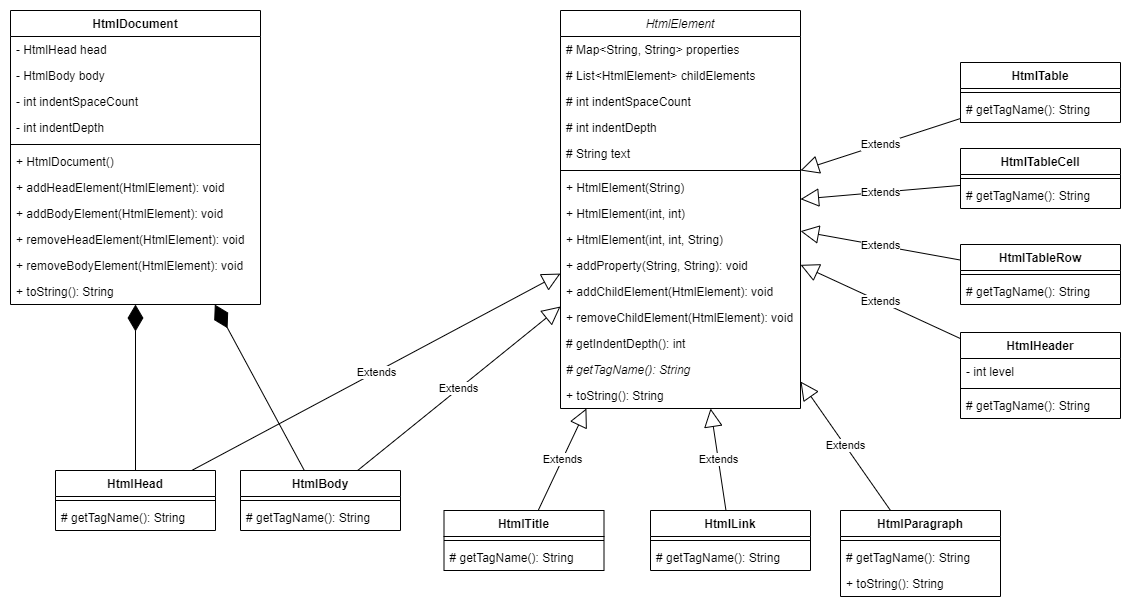
Earlier version of the draw.io export UML/Html-generator-drawio.png (Vajaylm/HtmlGenerator). Source tidied: cells renumbered, new cells last; positions are measured from the earlier drawing's top-left corner, leaving out a move shared by most shapes. The source it was exported from:
```xml
<mxGraphModel>
  <root>
    <mxCell id="0" />
    <mxCell id="1" parent="0" />
    <mxCell id="2" value="HtmlElement" style="swimlane;fontStyle=2;align=center;verticalAlign=top;horizontal=1;startSize=26;rounded=0;shadow=0;strokeWidth=1;" parent="1" vertex="1">
      <mxGeometry x="550" width="240" height="398" as="geometry" />
    </mxCell>
    <mxCell id="3" value="# Map&lt;String, String&gt; properties&#10;" style="text;align=left;verticalAlign=top;spacingLeft=4;spacingRight=4;overflow=hidden;" parent="2" vertex="1">
      <mxGeometry y="26" width="240" height="26" as="geometry" />
    </mxCell>
    <mxCell id="4" value="# List&lt;HtmlElement&gt; childElements" style="text;align=left;verticalAlign=top;spacingLeft=4;spacingRight=4;overflow=hidden;rounded=0;shadow=0;html=0;" parent="2" vertex="1">
      <mxGeometry y="52" width="240" height="26" as="geometry" />
    </mxCell>
    <mxCell id="5" value="# int indentSpaceCount" style="text;align=left;verticalAlign=top;spacingLeft=4;spacingRight=4;overflow=hidden;rounded=0;shadow=0;html=0;" parent="2" vertex="1">
      <mxGeometry y="78" width="240" height="26" as="geometry" />
    </mxCell>
    <mxCell id="6" value="# int indentDepth" style="text;align=left;verticalAlign=top;spacingLeft=4;spacingRight=4;overflow=hidden;rounded=0;shadow=0;html=0;" parent="2" vertex="1">
      <mxGeometry y="104" width="240" height="26" as="geometry" />
    </mxCell>
    <mxCell id="7" value="# String text" style="text;align=left;verticalAlign=top;spacingLeft=4;spacingRight=4;overflow=hidden;rounded=0;shadow=0;html=0;" parent="2" vertex="1">
      <mxGeometry y="130" width="240" height="26" as="geometry" />
    </mxCell>
    <mxCell id="8" style="line;html=1;strokeWidth=1;align=left;verticalAlign=middle;spacingTop=-1;spacingLeft=3;spacingRight=3;labelPosition=right;" parent="2" vertex="1">
      <mxGeometry y="156" width="240" height="8" as="geometry" />
    </mxCell>
    <mxCell id="9" value="+ HtmlElement(String)" style="text;align=left;verticalAlign=top;spacingLeft=4;spacingRight=4;overflow=hidden;" parent="2" vertex="1">
      <mxGeometry y="164" width="240" height="26" as="geometry" />
    </mxCell>
    <mxCell id="10" value="+ HtmlElement(int, int)" style="text;align=left;verticalAlign=top;spacingLeft=4;spacingRight=4;overflow=hidden;" parent="2" vertex="1">
      <mxGeometry y="190" width="240" height="26" as="geometry" />
    </mxCell>
    <mxCell id="11" value="+ HtmlElement(int, int, String)" style="text;align=left;verticalAlign=top;spacingLeft=4;spacingRight=4;overflow=hidden;" parent="2" vertex="1">
      <mxGeometry y="216" width="240" height="26" as="geometry" />
    </mxCell>
    <mxCell id="12" value="+ addProperty(String, String): void" style="text;align=left;verticalAlign=top;spacingLeft=4;spacingRight=4;overflow=hidden;" parent="2" vertex="1">
      <mxGeometry y="242" width="240" height="26" as="geometry" />
    </mxCell>
    <mxCell id="13" value="+ addChildElement(HtmlElement): void" style="text;align=left;verticalAlign=top;spacingLeft=4;spacingRight=4;overflow=hidden;" parent="2" vertex="1">
      <mxGeometry y="268" width="240" height="26" as="geometry" />
    </mxCell>
    <mxCell id="14" value="+ removeChildElement(HtmlElement): void" style="text;align=left;verticalAlign=top;spacingLeft=4;spacingRight=4;overflow=hidden;" parent="2" vertex="1">
      <mxGeometry y="294" width="240" height="26" as="geometry" />
    </mxCell>
    <mxCell id="15" value="# getIndentDepth(): int" style="text;align=left;verticalAlign=top;spacingLeft=4;spacingRight=4;overflow=hidden;" parent="2" vertex="1">
      <mxGeometry y="320" width="240" height="26" as="geometry" />
    </mxCell>
    <mxCell id="16" value="# getTagName(): String" style="text;align=left;verticalAlign=top;spacingLeft=4;spacingRight=4;overflow=hidden;fontStyle=2;" parent="2" vertex="1">
      <mxGeometry y="346" width="240" height="26" as="geometry" />
    </mxCell>
    <mxCell id="17" value="+ toString(): String" style="text;align=left;verticalAlign=top;spacingLeft=4;spacingRight=4;overflow=hidden;" parent="2" vertex="1">
      <mxGeometry y="372" width="240" height="26" as="geometry" />
    </mxCell>
    <mxCell id="18" value="HtmlDocument" style="swimlane;fontStyle=1;align=center;verticalAlign=top;horizontal=1;startSize=26;rounded=0;shadow=0;strokeWidth=1;" parent="1" vertex="1">
      <mxGeometry width="250" height="294" as="geometry" />
    </mxCell>
    <mxCell id="19" value="- HtmlHead head&#10;" style="text;align=left;verticalAlign=top;spacingLeft=4;spacingRight=4;overflow=hidden;" parent="18" vertex="1">
      <mxGeometry y="26" width="250" height="26" as="geometry" />
    </mxCell>
    <mxCell id="20" value="- HtmlBody body" style="text;align=left;verticalAlign=top;spacingLeft=4;spacingRight=4;overflow=hidden;rounded=0;shadow=0;html=0;" parent="18" vertex="1">
      <mxGeometry y="52" width="250" height="26" as="geometry" />
    </mxCell>
    <mxCell id="21" value="- int indentSpaceCount" style="text;align=left;verticalAlign=top;spacingLeft=4;spacingRight=4;overflow=hidden;rounded=0;shadow=0;html=0;" parent="18" vertex="1">
      <mxGeometry y="78" width="250" height="26" as="geometry" />
    </mxCell>
    <mxCell id="22" value="- int indentDepth" style="text;align=left;verticalAlign=top;spacingLeft=4;spacingRight=4;overflow=hidden;rounded=0;shadow=0;html=0;" parent="18" vertex="1">
      <mxGeometry y="104" width="250" height="26" as="geometry" />
    </mxCell>
    <mxCell id="23" style="line;html=1;strokeWidth=1;align=left;verticalAlign=middle;spacingTop=-1;spacingLeft=3;spacingRight=3;labelPosition=right;" parent="18" vertex="1">
      <mxGeometry y="130" width="250" height="8" as="geometry" />
    </mxCell>
    <mxCell id="24" value="+ HtmlDocument()" style="text;align=left;verticalAlign=top;spacingLeft=4;spacingRight=4;overflow=hidden;" parent="18" vertex="1">
      <mxGeometry y="138" width="250" height="26" as="geometry" />
    </mxCell>
    <mxCell id="25" value="+ addHeadElement(HtmlElement): void" style="text;align=left;verticalAlign=top;spacingLeft=4;spacingRight=4;overflow=hidden;" parent="18" vertex="1">
      <mxGeometry y="164" width="250" height="26" as="geometry" />
    </mxCell>
    <mxCell id="26" value="+ addBodyElement(HtmlElement): void" style="text;align=left;verticalAlign=top;spacingLeft=4;spacingRight=4;overflow=hidden;" parent="18" vertex="1">
      <mxGeometry y="190" width="250" height="26" as="geometry" />
    </mxCell>
    <mxCell id="27" value="+ removeHeadElement(HtmlElement): void" style="text;align=left;verticalAlign=top;spacingLeft=4;spacingRight=4;overflow=hidden;" parent="18" vertex="1">
      <mxGeometry y="216" width="250" height="26" as="geometry" />
    </mxCell>
    <mxCell id="28" value="+ removeBodyElement(HtmlElement): void" style="text;align=left;verticalAlign=top;spacingLeft=4;spacingRight=4;overflow=hidden;" parent="18" vertex="1">
      <mxGeometry y="242" width="250" height="26" as="geometry" />
    </mxCell>
    <mxCell id="29" value="+ toString(): String" style="text;align=left;verticalAlign=top;spacingLeft=4;spacingRight=4;overflow=hidden;" parent="18" vertex="1">
      <mxGeometry y="268" width="250" height="26" as="geometry" />
    </mxCell>
    <mxCell id="30" value="HtmlBody" style="swimlane;fontStyle=1;align=center;verticalAlign=top;horizontal=1;startSize=26;" parent="1" vertex="1">
      <mxGeometry x="230" y="460" width="160" height="60" as="geometry" />
    </mxCell>
    <mxCell id="31" style="line;strokeWidth=1;fillColor=none;align=left;verticalAlign=middle;spacingTop=-1;spacingLeft=3;spacingRight=3;labelPosition=right;strokeColor=inherit;" parent="30" vertex="1">
      <mxGeometry y="26" width="160" height="8" as="geometry" />
    </mxCell>
    <mxCell id="32" value="# getTagName(): String" style="text;strokeColor=none;fillColor=none;align=left;verticalAlign=top;spacingLeft=4;spacingRight=4;overflow=hidden;" parent="30" vertex="1">
      <mxGeometry y="34" width="160" height="26" as="geometry" />
    </mxCell>
    <mxCell id="33" value="Extends" style="endArrow=block;endSize=16;endFill=0;html=1;rounded=0;" parent="1" edge="1" source="30" target="2">
      <mxGeometry relative="1" as="geometry" />
    </mxCell>
    <mxCell id="34" value="HtmlHead" style="swimlane;fontStyle=1;align=center;verticalAlign=top;horizontal=1;startSize=26;" parent="1" vertex="1">
      <mxGeometry x="45" y="460" width="160" height="60" as="geometry" />
    </mxCell>
    <mxCell id="35" style="line;strokeWidth=1;fillColor=none;align=left;verticalAlign=middle;spacingTop=-1;spacingLeft=3;spacingRight=3;labelPosition=right;strokeColor=inherit;" parent="34" vertex="1">
      <mxGeometry y="26" width="160" height="8" as="geometry" />
    </mxCell>
    <mxCell id="36" value="# getTagName(): String" style="text;strokeColor=none;fillColor=none;align=left;verticalAlign=top;spacingLeft=4;spacingRight=4;overflow=hidden;" parent="34" vertex="1">
      <mxGeometry y="34" width="160" height="26" as="geometry" />
    </mxCell>
    <mxCell id="37" value="Extends" style="endArrow=block;endSize=16;endFill=0;html=1;rounded=0;" parent="1" edge="1" source="34" target="2">
      <mxGeometry relative="1" as="geometry" />
    </mxCell>
    <mxCell id="38" style="endArrow=diamondThin;endFill=1;endSize=24;html=1;rounded=0;" parent="1" edge="1" source="34" target="18">
      <mxGeometry relative="1" as="geometry" />
    </mxCell>
    <mxCell id="39" style="endArrow=diamondThin;endFill=1;endSize=24;html=1;rounded=0;" parent="1" edge="1" source="30" target="18">
      <mxGeometry relative="1" as="geometry" />
    </mxCell>
    <mxCell id="40" value="HtmlHeader" style="swimlane;fontStyle=1;align=center;verticalAlign=top;horizontal=1;startSize=26;" parent="1" vertex="1">
      <mxGeometry x="950" y="322" width="160" height="86" as="geometry" />
    </mxCell>
    <mxCell id="41" value="- int level" style="text;strokeColor=none;fillColor=none;align=left;verticalAlign=top;spacingLeft=4;spacingRight=4;overflow=hidden;" parent="40" vertex="1">
      <mxGeometry y="26" width="160" height="26" as="geometry" />
    </mxCell>
    <mxCell id="42" style="line;strokeWidth=1;fillColor=none;align=left;verticalAlign=middle;spacingTop=-1;spacingLeft=3;spacingRight=3;labelPosition=right;strokeColor=inherit;" parent="40" vertex="1">
      <mxGeometry y="52" width="160" height="8" as="geometry" />
    </mxCell>
    <mxCell id="43" value="# getTagName(): String" style="text;strokeColor=none;fillColor=none;align=left;verticalAlign=top;spacingLeft=4;spacingRight=4;overflow=hidden;" parent="40" vertex="1">
      <mxGeometry y="60" width="160" height="26" as="geometry" />
    </mxCell>
    <mxCell id="44" value="HtmlTable" style="swimlane;fontStyle=1;align=center;verticalAlign=top;horizontal=1;startSize=26;" parent="1" vertex="1">
      <mxGeometry x="950" y="52" width="160" height="60" as="geometry" />
    </mxCell>
    <mxCell id="45" style="line;strokeWidth=1;fillColor=none;align=left;verticalAlign=middle;spacingTop=-1;spacingLeft=3;spacingRight=3;labelPosition=right;strokeColor=inherit;" parent="44" vertex="1">
      <mxGeometry y="26" width="160" height="8" as="geometry" />
    </mxCell>
    <mxCell id="46" value="# getTagName(): String" style="text;strokeColor=none;fillColor=none;align=left;verticalAlign=top;spacingLeft=4;spacingRight=4;overflow=hidden;" parent="44" vertex="1">
      <mxGeometry y="34" width="160" height="26" as="geometry" />
    </mxCell>
    <mxCell id="47" value="HtmlTableRow" style="swimlane;fontStyle=1;align=center;verticalAlign=top;horizontal=1;startSize=26;" parent="1" vertex="1">
      <mxGeometry x="950" y="234" width="160" height="60" as="geometry" />
    </mxCell>
    <mxCell id="48" style="line;strokeWidth=1;fillColor=none;align=left;verticalAlign=middle;spacingTop=-1;spacingLeft=3;spacingRight=3;labelPosition=right;strokeColor=inherit;" parent="47" vertex="1">
      <mxGeometry y="26" width="160" height="8" as="geometry" />
    </mxCell>
    <mxCell id="49" value="# getTagName(): String" style="text;strokeColor=none;fillColor=none;align=left;verticalAlign=top;spacingLeft=4;spacingRight=4;overflow=hidden;" parent="47" vertex="1">
      <mxGeometry y="34" width="160" height="26" as="geometry" />
    </mxCell>
    <mxCell id="50" value="HtmlTableCell" style="swimlane;fontStyle=1;align=center;verticalAlign=top;horizontal=1;startSize=26;" parent="1" vertex="1">
      <mxGeometry x="950" y="138" width="160" height="60" as="geometry" />
    </mxCell>
    <mxCell id="51" style="line;strokeWidth=1;fillColor=none;align=left;verticalAlign=middle;spacingTop=-1;spacingLeft=3;spacingRight=3;labelPosition=right;strokeColor=inherit;" parent="50" vertex="1">
      <mxGeometry y="26" width="160" height="8" as="geometry" />
    </mxCell>
    <mxCell id="52" value="# getTagName(): String" style="text;strokeColor=none;fillColor=none;align=left;verticalAlign=top;spacingLeft=4;spacingRight=4;overflow=hidden;" parent="50" vertex="1">
      <mxGeometry y="34" width="160" height="26" as="geometry" />
    </mxCell>
    <mxCell id="53" value="HtmlParagraph" style="swimlane;fontStyle=1;align=center;verticalAlign=top;horizontal=1;startSize=26;" parent="1" vertex="1">
      <mxGeometry x="830" y="500" width="160" height="86" as="geometry" />
    </mxCell>
    <mxCell id="54" style="line;strokeWidth=1;fillColor=none;align=left;verticalAlign=middle;spacingTop=-1;spacingLeft=3;spacingRight=3;labelPosition=right;strokeColor=inherit;" parent="53" vertex="1">
      <mxGeometry y="26" width="160" height="8" as="geometry" />
    </mxCell>
    <mxCell id="55" value="# getTagName(): String" style="text;strokeColor=none;fillColor=none;align=left;verticalAlign=top;spacingLeft=4;spacingRight=4;overflow=hidden;" parent="53" vertex="1">
      <mxGeometry y="34" width="160" height="26" as="geometry" />
    </mxCell>
    <mxCell id="56" value="+ toString(): String" style="text;strokeColor=none;fillColor=none;align=left;verticalAlign=top;spacingLeft=4;spacingRight=4;overflow=hidden;" parent="53" vertex="1">
      <mxGeometry y="60" width="160" height="26" as="geometry" />
    </mxCell>
    <mxCell id="57" value="HtmlLink" style="swimlane;fontStyle=1;align=center;verticalAlign=top;horizontal=1;startSize=26;" parent="1" vertex="1">
      <mxGeometry x="640" y="500" width="160" height="60" as="geometry" />
    </mxCell>
    <mxCell id="58" style="line;strokeWidth=1;fillColor=none;align=left;verticalAlign=middle;spacingTop=-1;spacingLeft=3;spacingRight=3;labelPosition=right;strokeColor=inherit;" parent="57" vertex="1">
      <mxGeometry y="26" width="160" height="8" as="geometry" />
    </mxCell>
    <mxCell id="59" value="# getTagName(): String" style="text;strokeColor=none;fillColor=none;align=left;verticalAlign=top;spacingLeft=4;spacingRight=4;overflow=hidden;" parent="57" vertex="1">
      <mxGeometry y="34" width="160" height="26" as="geometry" />
    </mxCell>
    <mxCell id="60" value="HtmlTitle" style="swimlane;fontStyle=1;align=center;verticalAlign=top;horizontal=1;startSize=26;" parent="1" vertex="1">
      <mxGeometry x="433.5" y="500" width="160" height="60" as="geometry" />
    </mxCell>
    <mxCell id="61" style="line;strokeWidth=1;fillColor=none;align=left;verticalAlign=middle;spacingTop=-1;spacingLeft=3;spacingRight=3;labelPosition=right;strokeColor=inherit;" parent="60" vertex="1">
      <mxGeometry y="26" width="160" height="8" as="geometry" />
    </mxCell>
    <mxCell id="62" value="# getTagName(): String" style="text;strokeColor=none;fillColor=none;align=left;verticalAlign=top;spacingLeft=4;spacingRight=4;overflow=hidden;" parent="60" vertex="1">
      <mxGeometry y="34" width="160" height="26" as="geometry" />
    </mxCell>
    <mxCell id="63" value="Extends" style="endArrow=block;endSize=16;endFill=0;html=1;rounded=0;" parent="1" edge="1" source="44" target="2">
      <mxGeometry relative="1" as="geometry" />
    </mxCell>
    <mxCell id="64" value="Extends" style="endArrow=block;endSize=16;endFill=0;html=1;rounded=0;" parent="1" edge="1" source="50" target="2">
      <mxGeometry relative="1" as="geometry" />
    </mxCell>
    <mxCell id="65" value="Extends" style="endArrow=block;endSize=16;endFill=0;html=1;rounded=0;" parent="1" edge="1" source="47" target="2">
      <mxGeometry relative="1" as="geometry" />
    </mxCell>
    <mxCell id="66" value="Extends" style="endArrow=block;endSize=16;endFill=0;html=1;rounded=0;" parent="1" edge="1" source="40" target="2">
      <mxGeometry relative="1" as="geometry" />
    </mxCell>
    <mxCell id="67" value="Extends" style="endArrow=block;endSize=16;endFill=0;html=1;rounded=0;" parent="1" edge="1" source="53" target="2">
      <mxGeometry relative="1" as="geometry" />
    </mxCell>
    <mxCell id="68" value="Extends" style="endArrow=block;endSize=16;endFill=0;html=1;rounded=0;" parent="1" edge="1" source="57" target="2">
      <mxGeometry relative="1" as="geometry" />
    </mxCell>
    <mxCell id="69" value="Extends" style="endArrow=block;endSize=16;endFill=0;html=1;rounded=0;" parent="1" edge="1" source="60" target="2">
      <mxGeometry relative="1" as="geometry" />
    </mxCell>
  </root>
</mxGraphModel>
```
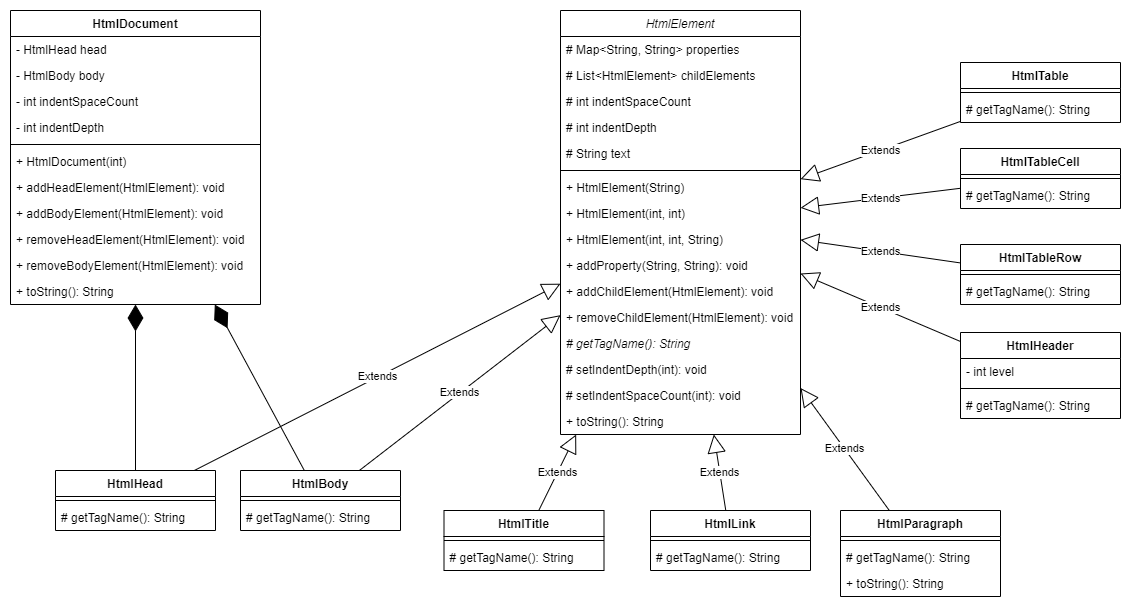
After the change.

Commit message:
Update UML diagram

The edit, as a diff of the source:
```diff
@@ -3,7 +3,7 @@
     <mxCell id="0" />
     <mxCell id="1" parent="0" />
     <mxCell id="2" value="HtmlElement" style="swimlane;fontStyle=2;align=center;verticalAlign=top;horizontal=1;startSize=26;rounded=0;shadow=0;strokeWidth=1;" parent="1" vertex="1">
-      <mxGeometry x="550" width="240" height="398" as="geometry" />
+      <mxGeometry x="550" width="240" height="424" as="geometry" />
     </mxCell>
     <mxCell id="3" value="# Map&lt;String, String&gt; properties&#10;" style="text;align=left;verticalAlign=top;spacingLeft=4;spacingRight=4;overflow=hidden;" parent="2" vertex="1">
       <mxGeometry y="26" width="240" height="26" as="geometry" />
@@ -41,14 +41,17 @@
     <mxCell id="14" value="+ removeChildElement(HtmlElement): void" style="text;align=left;verticalAlign=top;spacingLeft=4;spacingRight=4;overflow=hidden;" parent="2" vertex="1">
       <mxGeometry y="294" width="240" height="26" as="geometry" />
     </mxCell>
-    <mxCell id="15" value="# getIndentDepth(): int" style="text;align=left;verticalAlign=top;spacingLeft=4;spacingRight=4;overflow=hidden;" parent="2" vertex="1">
-      <mxGeometry y="320" width="240" height="26" as="geometry" />
-    </mxCell>
     <mxCell id="16" value="# getTagName(): String" style="text;align=left;verticalAlign=top;spacingLeft=4;spacingRight=4;overflow=hidden;fontStyle=2;" parent="2" vertex="1">
-      <mxGeometry y="346" width="240" height="26" as="geometry" />
+      <mxGeometry y="320" width="240" height="26" as="geometry" />
     </mxCell>
+    <mxCell id="70" value="# setIndentDepth(int): void" style="text;align=left;verticalAlign=top;spacingLeft=4;spacingRight=4;overflow=hidden;" parent="2" vertex="1">
+      <mxGeometry y="346" width="240" height="26" as="geometry" />
+    </mxCell>
+    <mxCell id="71" value="# setIndentSpaceCount(int): void" style="text;align=left;verticalAlign=top;spacingLeft=4;spacingRight=4;overflow=hidden;" parent="2" vertex="1">
+      <mxGeometry y="372" width="240" height="26" as="geometry" />
+    </mxCell>
     <mxCell id="17" value="+ toString(): String" style="text;align=left;verticalAlign=top;spacingLeft=4;spacingRight=4;overflow=hidden;" parent="2" vertex="1">
-      <mxGeometry y="372" width="240" height="26" as="geometry" />
+      <mxGeometry y="398" width="240" height="26" as="geometry" />
     </mxCell>
     <mxCell id="18" value="HtmlDocument" style="swimlane;fontStyle=1;align=center;verticalAlign=top;horizontal=1;startSize=26;rounded=0;shadow=0;strokeWidth=1;" parent="1" vertex="1">
       <mxGeometry width="250" height="294" as="geometry" />
@@ -68,7 +71,7 @@
     <mxCell id="23" style="line;html=1;strokeWidth=1;align=left;verticalAlign=middle;spacingTop=-1;spacingLeft=3;spacingRight=3;labelPosition=right;" parent="18" vertex="1">
       <mxGeometry y="130" width="250" height="8" as="geometry" />
     </mxCell>
-    <mxCell id="24" value="+ HtmlDocument()" style="text;align=left;verticalAlign=top;spacingLeft=4;spacingRight=4;overflow=hidden;" parent="18" vertex="1">
+    <mxCell id="24" value="+ HtmlDocument(int)" style="text;align=left;verticalAlign=top;spacingLeft=4;spacingRight=4;overflow=hidden;" parent="18" vertex="1">
       <mxGeometry y="138" width="250" height="26" as="geometry" />
     </mxCell>
     <mxCell id="25" value="+ addHeadElement(HtmlElement): void" style="text;align=left;verticalAlign=top;spacingLeft=4;spacingRight=4;overflow=hidden;" parent="18" vertex="1">
```
